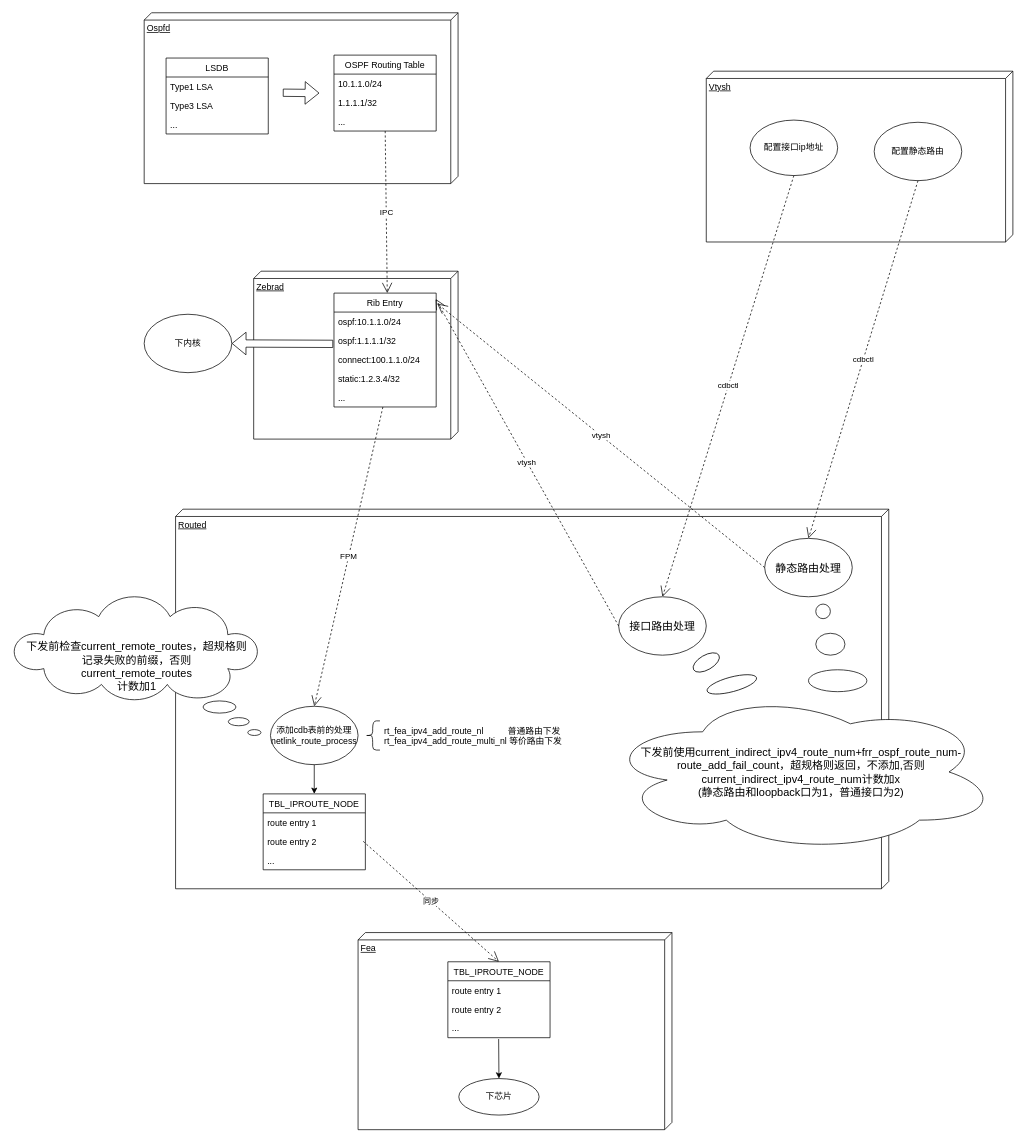
adinxu/draw.io keeps this draw.io diagram as page "route entry" (2 of 10) of base.drawio. Above is the earlier version. Source tidied: cells renumbered, new cells numbered last; positions are measured from the earlier drawing's top-left corner, leaving out a move shared by most shapes. Both pictures are drawn from the tidied source at 73%, with x=0, y=0 at pixel (12, 12).
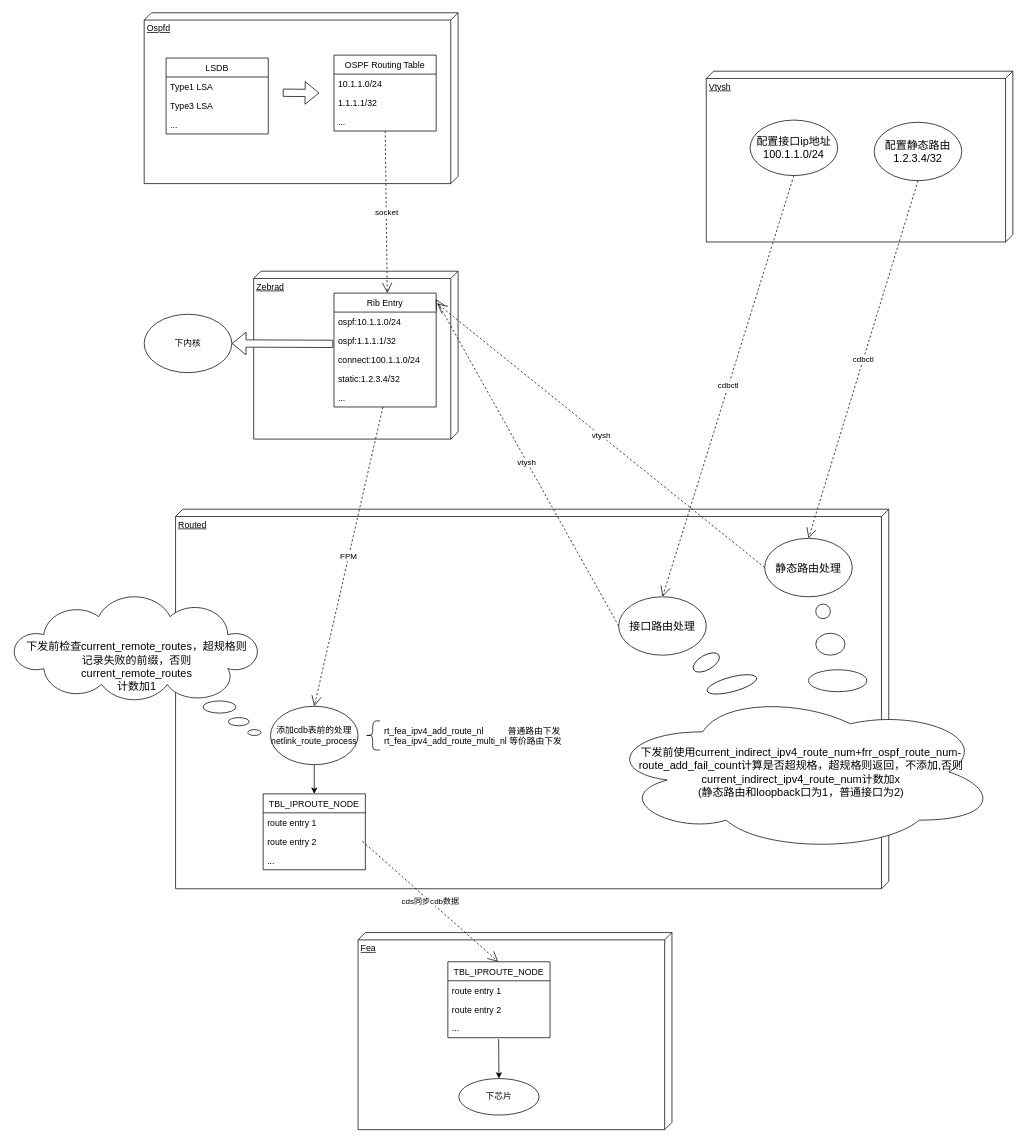
Above is the later version.

Unchanged cells that the change refers to:
```xml
<mxCell id="3" value="TBL_IPROUTE_NODE" style="swimlane;fontStyle=0;horizontal=1;startSize=26;fillColor=none;" parent="1" vertex="1">
  <mxGeometry x="596" y="1300" width="140" height="104" as="geometry" />
</mxCell>
<mxCell id="26" value="Rib Entry" style="swimlane;fontStyle=0;horizontal=1;startSize=26;fillColor=none;strokeColor=default;" parent="1" vertex="1">
  <mxGeometry x="440" y="384" width="140" height="156" as="geometry" />
</mxCell>
<mxCell id="40" value="..." style="text;strokeColor=none;fillColor=none;align=left;verticalAlign=top;spacingLeft=4;spacingRight=4;overflow=hidden;points=[[0,0.5],[1,0.5]];portConstraint=eastwest;" parent="37" vertex="1">
  <mxGeometry y="78" width="140" height="26" as="geometry" />
</mxCell>
```

What changed in the source:
```diff
@@
-    <mxCell id="12" value="同步" style="endArrow=open;endSize=12;dashed=1;html=1;rounded=0;entryX=0.5;entryY=0;entryDx=0;entryDy=0;" parent="1" edge="1" target="3">
+    <mxCell id="12" value="cds同步cdb数据" style="endArrow=open;endSize=12;dashed=1;html=1;rounded=0;entryX=0.5;entryY=0;entryDx=0;entryDy=0;" parent="1" edge="1">
       <mxGeometry relative="1" as="geometry">
-        <mxPoint x="480" y="1135" as="sourcePoint" />
+        <mxPoint x="479" y="1135" as="sourcePoint" />
+        <mxPoint x="665" y="1300" as="targetPoint" />
       </mxGeometry>
     </mxCell>
@@
-    <mxCell id="24" value="配置接口ip地址" style="ellipse;whiteSpace=wrap;html=1;fillColor=none;" parent="1" vertex="1">
+    <mxCell id="24" value="&lt;font style=&quot;font-size: 15px;&quot;&gt;配置接口ip地址&lt;br&gt;100.1.1.0/24&lt;/font&gt;" style="ellipse;whiteSpace=wrap;html=1;fillColor=none;" parent="1" vertex="1">
       <mxGeometry x="1010" y="147" width="120" height="76" as="geometry" />
     </mxCell>
-    <mxCell id="25" value="配置静态路由" style="ellipse;whiteSpace=wrap;html=1;fillColor=none;" parent="1" vertex="1">
+    <mxCell id="25" value="&lt;font style=&quot;font-size: 15px;&quot;&gt;配置静态路由&lt;br&gt;1.2.3.4/32&lt;/font&gt;" style="ellipse;whiteSpace=wrap;html=1;fillColor=none;" parent="1" vertex="1">
       <mxGeometry x="1180" y="150" width="120" height="80" as="geometry" />
     </mxCell>
@@
-    <mxCell id="27" value="IPC" style="endArrow=open;endSize=12;dashed=1;html=1;rounded=0;fillColor=default;entryX=0.5;entryY=0;entryDx=0;entryDy=0;" parent="26" edge="1" source="40">
+    <mxCell id="27" value="socket" style="endArrow=open;endSize=12;dashed=1;html=1;rounded=0;fillColor=default;entryX=0.5;entryY=0;entryDx=0;entryDy=0;" parent="26" edge="1" source="40">
       <mxGeometry relative="1" as="geometry">
         <mxPoint x="73" as="targetPoint" />
       </mxGeometry>
     </mxCell>
@@
-    <mxCell id="47" value="下发前使用current_indirect_ipv4_route_num+frr_ospf_route_num-route_add_fail_count，超规格则返回，不添加,否则current_indirect_ipv4_route_num计数加x&lt;br&gt;(静态路由和loopback口为1，普通接口为2)" style="ellipse;shape=cloud;whiteSpace=wrap;html=1;fillStyle=auto;fontSize=15;strokeColor=#000000;fillColor=default;" parent="1" vertex="1">
+    <mxCell id="47" value="下发前使用current_indirect_ipv4_route_num+frr_ospf_route_num-route_add_fail_count计算是否超规格，超规格则返回，不添加,否则current_indirect_ipv4_route_num计数加x&lt;br&gt;(静态路由和loopback口为1，普通接口为2)" style="ellipse;shape=cloud;whiteSpace=wrap;html=1;fillStyle=auto;fontSize=15;strokeColor=#000000;fillColor=default;" parent="1" vertex="1">
       <mxGeometry x="810" y="930" width="540" height="220" as="geometry" />
     </mxCell>
```
